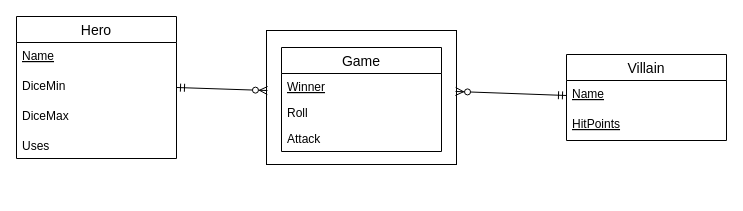
DanielD26/HeroGame keeps this draw.io diagram as ERD.drawio. Above is the earlier version. Source tidied: cells renumbered, new cells numbered last; positions are measured from the earlier drawing's top-left corner, leaving out a move shared by most shapes. Both pictures are drawn from the tidied source at 100%, with x=0, y=0 at pixel (16, 16).
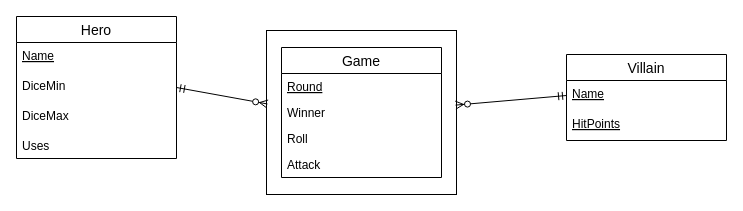
The same page after the edit.

What changed in the source:
```diff
@@
 <mxGraphModel>
   <root>
     <mxCell id="0" />
     <mxCell id="1" parent="0" />
     <mxCell id="2" value="Hero" style="swimlane;fontStyle=0;horizontal=1;startSize=26;align=center;fontSize=14;" parent="1" vertex="1">
       <mxGeometry width="160" height="142" as="geometry" />
     </mxCell>
     <mxCell id="3" value="Name" style="text;strokeColor=none;fillColor=none;spacingLeft=4;spacingRight=4;overflow=hidden;fontSize=12;fontStyle=4;" parent="2" vertex="1">
       <mxGeometry y="26" width="160" height="30" as="geometry" />
     </mxCell>
     <mxCell id="4" value="DiceMin" style="text;strokeColor=none;fillColor=none;spacingLeft=4;spacingRight=4;overflow=hidden;points=[[0,0.5],[1,0.5]];portConstraint=eastwest;fontSize=12;" parent="2" vertex="1">
       <mxGeometry y="56" width="160" height="30" as="geometry" />
     </mxCell>
     <mxCell id="5" value="DiceMax" style="text;strokeColor=none;fillColor=none;spacingLeft=4;spacingRight=4;overflow=hidden;fontSize=12;" parent="2" vertex="1">
       <mxGeometry y="86" width="160" height="30" as="geometry" />
     </mxCell>
     <mxCell id="6" value="Uses" style="text;strokeColor=none;fillColor=none;align=left;verticalAlign=top;spacingLeft=4;spacingRight=4;overflow=hidden;" parent="2" vertex="1">
       <mxGeometry y="116" width="160" height="26" as="geometry" />
     </mxCell>
     <mxCell id="7" value="Villain" style="swimlane;fontStyle=0;horizontal=1;startSize=26;align=center;fontSize=14;" parent="1" vertex="1">
       <mxGeometry x="550" y="38" width="160" height="86" as="geometry" />
     </mxCell>
     <mxCell id="8" value="Name" style="text;strokeColor=none;fillColor=none;spacingLeft=4;spacingRight=4;overflow=hidden;points=[[0,0.5],[1,0.5]];portConstraint=eastwest;fontSize=12;fontStyle=4;" parent="7" vertex="1">
       <mxGeometry y="26" width="160" height="30" as="geometry" />
     </mxCell>
     <mxCell id="9" value="HitPoints" style="text;strokeColor=none;fillColor=none;spacingLeft=4;spacingRight=4;overflow=hidden;fontSize=12;fontStyle=4;" parent="7" vertex="1">
       <mxGeometry y="56" width="160" height="30" as="geometry" />
     </mxCell>
     <mxCell id="10" style="rounded=0;whiteSpace=wrap;html=1;" parent="1" vertex="1">
-      <mxGeometry x="250" y="14" width="190" height="134" as="geometry" />
+      <mxGeometry x="250" y="14" width="190" height="164" as="geometry" />
     </mxCell>
     <mxCell id="11" value="Game" style="swimlane;fontStyle=0;horizontal=1;startSize=26;align=center;fontSize=14;" parent="1" vertex="1">
-      <mxGeometry x="265" y="31" width="160" height="104" as="geometry" />
+      <mxGeometry x="265" y="31" width="160" height="130" as="geometry" />
     </mxCell>
+    <mxCell id="17" value="Round" style="text;strokeColor=none;fillColor=none;align=left;verticalAlign=top;spacingLeft=4;spacingRight=4;overflow=hidden;fontStyle=4;" parent="11" vertex="1">
+      <mxGeometry y="26" width="160" height="26" as="geometry" />
+    </mxCell>
-    <mxCell id="12" value="Winner" style="text;strokeColor=none;fillColor=none;align=left;verticalAlign=top;spacingLeft=4;spacingRight=4;overflow=hidden;fontStyle=4;" parent="11" vertex="1">
-      <mxGeometry y="26" width="160" height="26" as="geometry" />
+    <mxCell id="12" value="Winner" style="text;strokeColor=none;fillColor=none;align=left;verticalAlign=top;spacingLeft=4;spacingRight=4;overflow=hidden;fontStyle=0;" parent="11" vertex="1">
+      <mxGeometry y="52" width="160" height="26" as="geometry" />
     </mxCell>
     <mxCell id="13" value="Roll" style="text;strokeColor=none;fillColor=none;align=left;verticalAlign=top;spacingLeft=4;spacingRight=4;overflow=hidden;" parent="11" vertex="1">
-      <mxGeometry y="52" width="160" height="26" as="geometry" />
+      <mxGeometry y="78" width="160" height="26" as="geometry" />
     </mxCell>
     <mxCell id="14" value="Attack&#10;" style="text;strokeColor=none;fillColor=none;align=left;verticalAlign=top;spacingLeft=4;spacingRight=4;overflow=hidden;" parent="11" vertex="1">
-      <mxGeometry y="78" width="160" height="26" as="geometry" />
+      <mxGeometry y="104" width="160" height="26" as="geometry" />
     </mxCell>
     <mxCell id="15" style="fontSize=12;html=1;endArrow=ERzeroToMany;startArrow=ERmandOne;rounded=1;entryX=0.005;entryY=0.448;entryDx=0;entryDy=0;exitX=1;exitY=0.5;exitDx=0;exitDy=0;endFill=1;entryPerimeter=0;" parent="1" edge="1" source="4" target="10">
       <mxGeometry relative="1" as="geometry" />
     </mxCell>
     <mxCell id="16" style="fontSize=12;html=1;endArrow=ERzeroToMany;startArrow=ERmandOne;entryX=0.995;entryY=0.455;entryDx=0;entryDy=0;exitX=0;exitY=0.5;exitDx=0;exitDy=0;endFill=1;entryPerimeter=0;" parent="1" edge="1" source="8" target="10">
       <mxGeometry relative="1" as="geometry" />
     </mxCell>
   </root>
 </mxGraphModel>
```
